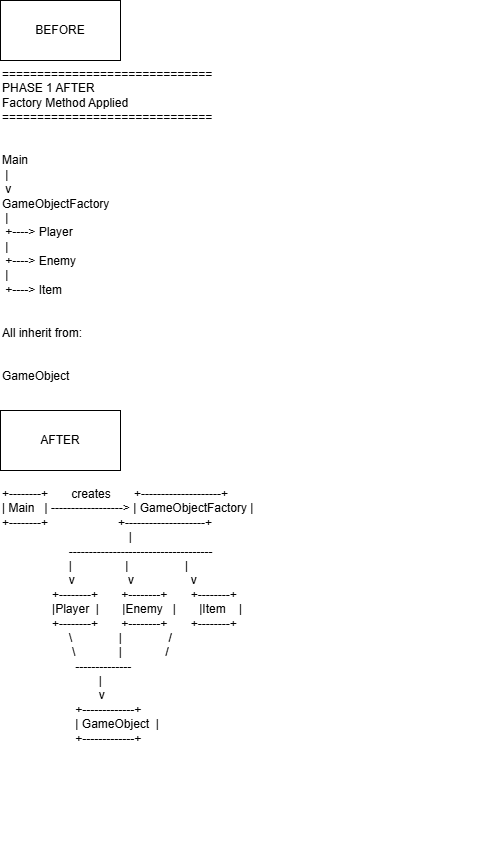
aysenur-bot/Mini-Oyun-Motoru-Sistem keeps this draw.io diagram as docs/diagrams/before-after uml diyagramı.drawio.png. Above is the earlier version. Source tidied: cells renumbered, new cells last; positions are measured from the earlier drawing's top-left corner, leaving out a move shared by most shapes. The source it was exported from:
```xml
<mxGraphModel>
  <root>
    <mxCell id="0" />
    <mxCell id="1" parent="0" />
    <mxCell id="2" value="+--------+       creates       +--------------------+&#10;| Main   | ------------------&gt; | GameObjectFactory |&#10;+--------+                     +--------------------+&#10;                                      |&#10;                    ------------------------------------&#10;                    |                |                 |&#10;                    v                v                 v&#10;               +--------+       +--------+       +--------+&#10;               |Player  |       |Enemy   |       |Item    |&#10;               +--------+       +--------+       +--------+&#10;                    \              |              /&#10;                     \             |             /&#10;                      --------------&#10;                             |&#10;                             v&#10;                      +-------------+&#10;                      | GameObject  |&#10;                      +-------------+" style="text;whiteSpace=wrap;fillColor=default;" parent="1" vertex="1">
      <mxGeometry y="480" width="480" height="380" as="geometry" />
    </mxCell>
    <mxCell id="3" value="==============================&#10;PHASE 1 AFTER&#10;Factory Method Applied&#10;==============================&#10;&#10;&#10;Main&#10; |&#10; v&#10;GameObjectFactory&#10; |&#10; +----&gt; Player&#10; |&#10; +----&gt; Enemy&#10; |&#10; +----&gt; Item&#10;&#10;&#10;All inherit from:&#10;&#10;&#10;GameObject" style="text;whiteSpace=wrap;fillColor=default;" parent="1" vertex="1">
      <mxGeometry y="60" width="390" height="330" as="geometry" />
    </mxCell>
    <mxCell id="4" value="BEFORE" style="whiteSpace=wrap;html=1;" parent="1" vertex="1">
      <mxGeometry width="120" height="60" as="geometry" />
    </mxCell>
    <mxCell id="5" value="AFTER" style="whiteSpace=wrap;html=1;" parent="1" vertex="1">
      <mxGeometry y="410" width="120" height="60" as="geometry" />
    </mxCell>
  </root>
</mxGraphModel>
```
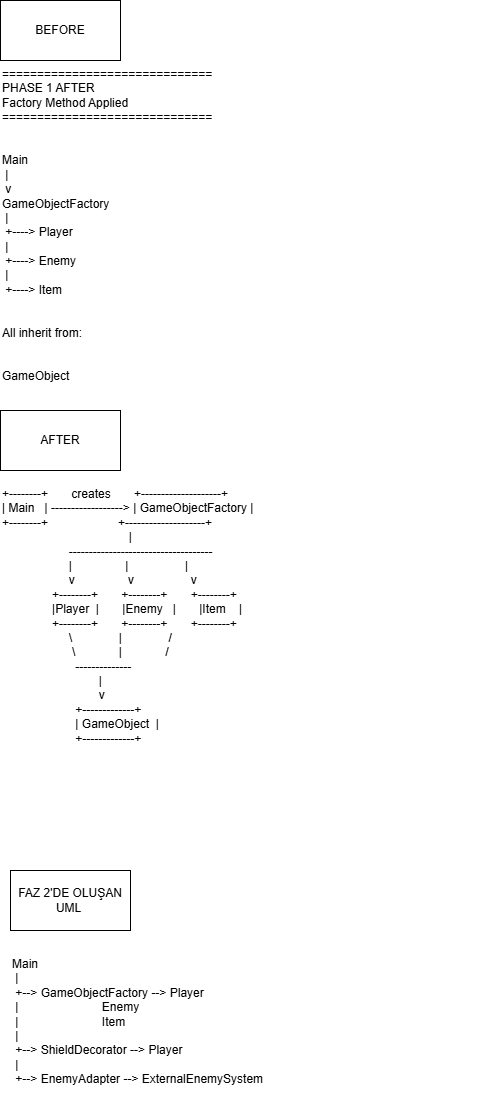
After the commit.

Diff of the diagram source:
```diff
@@ -14,5 +14,11 @@
     <mxCell id="5" value="AFTER" style="whiteSpace=wrap;html=1;" parent="1" vertex="1">
       <mxGeometry y="410" width="120" height="60" as="geometry" />
     </mxCell>
+    <mxCell id="6" value="FAZ 2'DE OLUŞAN UML&amp;nbsp;" style="whiteSpace=wrap;html=1;" parent="1" vertex="1">
+      <mxGeometry x="10" y="870" width="120" height="60" as="geometry" />
+    </mxCell>
+    <mxCell id="7" value="Main&#10; |&#10; +--&gt; GameObjectFactory --&gt; Player&#10; |                         Enemy&#10; |                         Item&#10; |&#10; +--&gt; ShieldDecorator --&gt; Player&#10; |&#10; +--&gt; EnemyAdapter --&gt; ExternalEnemySystem" style="text;whiteSpace=wrap;fillColor=default;" parent="1" vertex="1">
+      <mxGeometry x="10" y="950" width="280" height="150" as="geometry" />
+    </mxCell>
   </root>
 </mxGraphModel>
```
